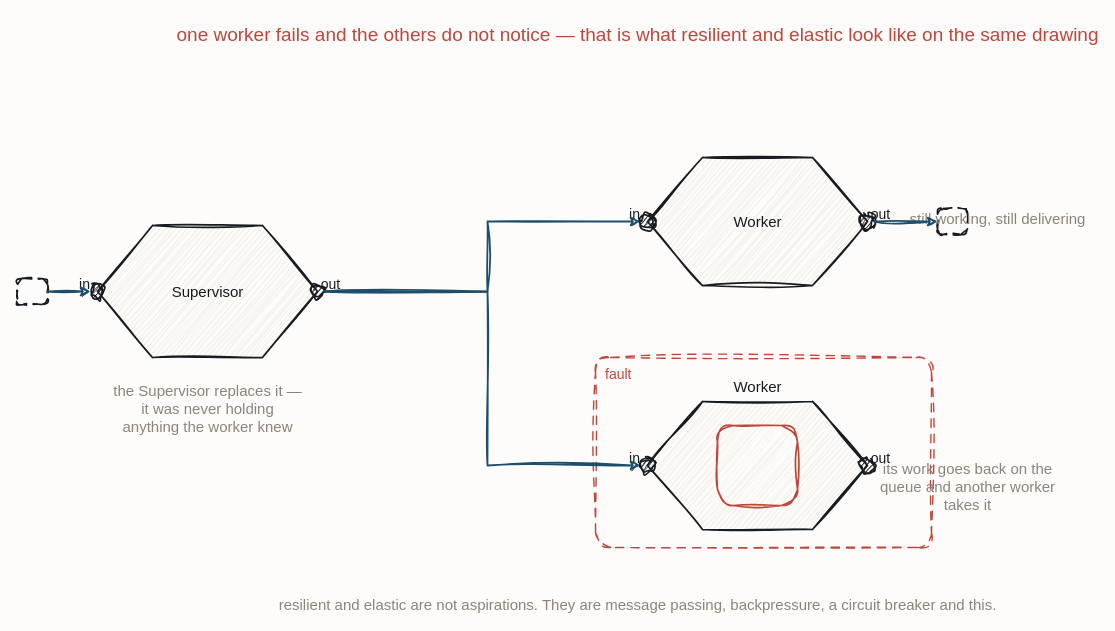
The draw.io diagram resources/flow-scale-out-fault.drawio in iancooper/practical-messaging, before the edit. Source tidied: cells renumbered, new cells numbered last; positions are measured from the earlier drawing's top-left corner, leaving out a move shared by most shapes. Both pictures are drawn from the tidied source at 100%, with x=0, y=0 at pixel (17, 17).
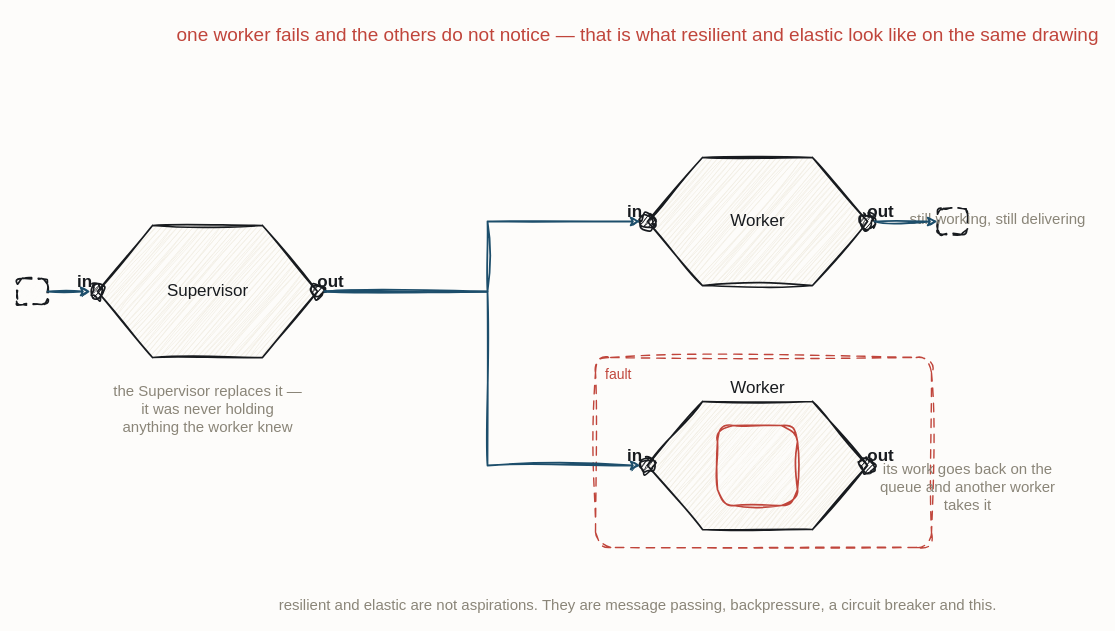
The same page after the edit.

What changed in the source:
```diff
@@
-    <mxCell id="4" value="Supervisor" style="sketch=1;hachureGap=4;jiggle=2;curveFitting=1;fontFamily=Caveat;html=1;shape=hexagon;perimeter=hexagonPerimeter2;strokeColor=#181B1F;strokeWidth=1.7;fillColor=#F3EFE6;fontColor=#181B1F;fontSize=15;" parent="1" vertex="1">
+    <mxCell id="4" value="Supervisor" style="sketch=1;hachureGap=4;jiggle=2;curveFitting=1;fontFamily=Caveat;html=1;shape=hexagon;perimeter=hexagonPerimeter2;strokeColor=#181B1F;strokeWidth=1.7;fillColor=#F3EFE6;fontColor=#181B1F;fontSize=17;" parent="1" vertex="1">
       <mxGeometry x="80" y="208" width="220" height="132" as="geometry" />
     </mxCell>
@@
-    <mxCell id="6" value="in" style="text;html=1;align=center;fontFamily=Caveat;fontSize=14;fontColor=#181B1F;" parent="1" vertex="1">
-      <mxGeometry x="7" y="252" width="120" height="20" as="geometry" />
+    <mxCell id="6" value="in" style="text;html=1;align=center;fontFamily=Caveat;fontSize=17;fontColor=#181B1F;fontStyle=1;" parent="1" vertex="1">
+      <mxGeometry x="7" y="248" width="120" height="20" as="geometry" />
     </mxCell>
@@
-    <mxCell id="8" value="out" style="text;html=1;align=center;fontFamily=Caveat;fontSize=14;fontColor=#181B1F;" parent="1" vertex="1">
-      <mxGeometry x="253" y="252" width="120" height="20" as="geometry" />
+    <mxCell id="8" value="out" style="text;html=1;align=center;fontFamily=Caveat;fontSize=17;fontColor=#181B1F;fontStyle=1;" parent="1" vertex="1">
+      <mxGeometry x="253" y="248" width="120" height="20" as="geometry" />
     </mxCell>
@@
-    <mxCell id="10" value="Worker" style="sketch=1;hachureGap=4;jiggle=2;curveFitting=1;fontFamily=Caveat;html=1;shape=hexagon;perimeter=hexagonPerimeter2;strokeColor=#181B1F;strokeWidth=1.7;fillColor=#F3EFE6;fontColor=#181B1F;fontSize=15;" parent="1" vertex="1">
+    <mxCell id="10" value="Worker" style="sketch=1;hachureGap=4;jiggle=2;curveFitting=1;fontFamily=Caveat;html=1;shape=hexagon;perimeter=hexagonPerimeter2;strokeColor=#181B1F;strokeWidth=1.7;fillColor=#F3EFE6;fontColor=#181B1F;fontSize=17;" parent="1" vertex="1">
       <mxGeometry x="630" y="140" width="220" height="128" as="geometry" />
     </mxCell>
@@
-    <mxCell id="12" value="in" style="text;html=1;align=center;fontFamily=Caveat;fontSize=14;fontColor=#181B1F;" parent="1" vertex="1">
-      <mxGeometry x="557" y="182" width="120" height="20" as="geometry" />
+    <mxCell id="12" value="in" style="text;html=1;align=center;fontFamily=Caveat;fontSize=17;fontColor=#181B1F;fontStyle=1;" parent="1" vertex="1">
+      <mxGeometry x="557" y="178" width="120" height="20" as="geometry" />
     </mxCell>
@@
-    <mxCell id="14" value="out" style="text;html=1;align=center;fontFamily=Caveat;fontSize=14;fontColor=#181B1F;" parent="1" vertex="1">
-      <mxGeometry x="803" y="182" width="120" height="20" as="geometry" />
+    <mxCell id="14" value="out" style="text;html=1;align=center;fontFamily=Caveat;fontSize=17;fontColor=#181B1F;fontStyle=1;" parent="1" vertex="1">
+      <mxGeometry x="803" y="178" width="120" height="20" as="geometry" />
     </mxCell>
@@
-    <mxCell id="16" style="sketch=1;hachureGap=4;jiggle=2;curveFitting=1;fontFamily=Caveat;html=1;shape=hexagon;perimeter=hexagonPerimeter2;strokeColor=#181B1F;strokeWidth=1.7;fillColor=#F3EFE6;fontColor=#181B1F;fontSize=15;" parent="1" vertex="1">
+    <mxCell id="16" style="sketch=1;hachureGap=4;jiggle=2;curveFitting=1;fontFamily=Caveat;html=1;shape=hexagon;perimeter=hexagonPerimeter2;strokeColor=#181B1F;strokeWidth=1.7;fillColor=#F3EFE6;fontColor=#181B1F;fontSize=17;" parent="1" vertex="1">
       <mxGeometry x="630" y="384" width="220" height="128" as="geometry" />
     </mxCell>
@@
-    <mxCell id="18" value="in" style="text;html=1;align=center;fontFamily=Caveat;fontSize=14;fontColor=#181B1F;" parent="1" vertex="1">
-      <mxGeometry x="557" y="426" width="120" height="20" as="geometry" />
+    <mxCell id="18" value="in" style="text;html=1;align=center;fontFamily=Caveat;fontSize=17;fontColor=#181B1F;fontStyle=1;" parent="1" vertex="1">
+      <mxGeometry x="557" y="422" width="120" height="20" as="geometry" />
     </mxCell>
@@
-    <mxCell id="20" value="out" style="text;html=1;align=center;fontFamily=Caveat;fontSize=14;fontColor=#181B1F;" parent="1" vertex="1">
-      <mxGeometry x="803" y="426" width="120" height="20" as="geometry" />
+    <mxCell id="20" value="out" style="text;html=1;align=center;fontFamily=Caveat;fontSize=17;fontColor=#181B1F;fontStyle=1;" parent="1" vertex="1">
+      <mxGeometry x="803" y="422" width="120" height="20" as="geometry" />
     </mxCell>
-    <mxCell id="21" value="Worker" style="text;html=1;align=center;fontFamily=Caveat;fontSize=15;fontColor=#181B1F;" parent="1" vertex="1">
+    <mxCell id="21" value="Worker" style="text;html=1;align=center;fontFamily=Caveat;fontSize=17;fontColor=#181B1F;" parent="1" vertex="1">
       <mxGeometry x="680" y="354" width="120" height="20" as="geometry" />
     </mxCell>
```
